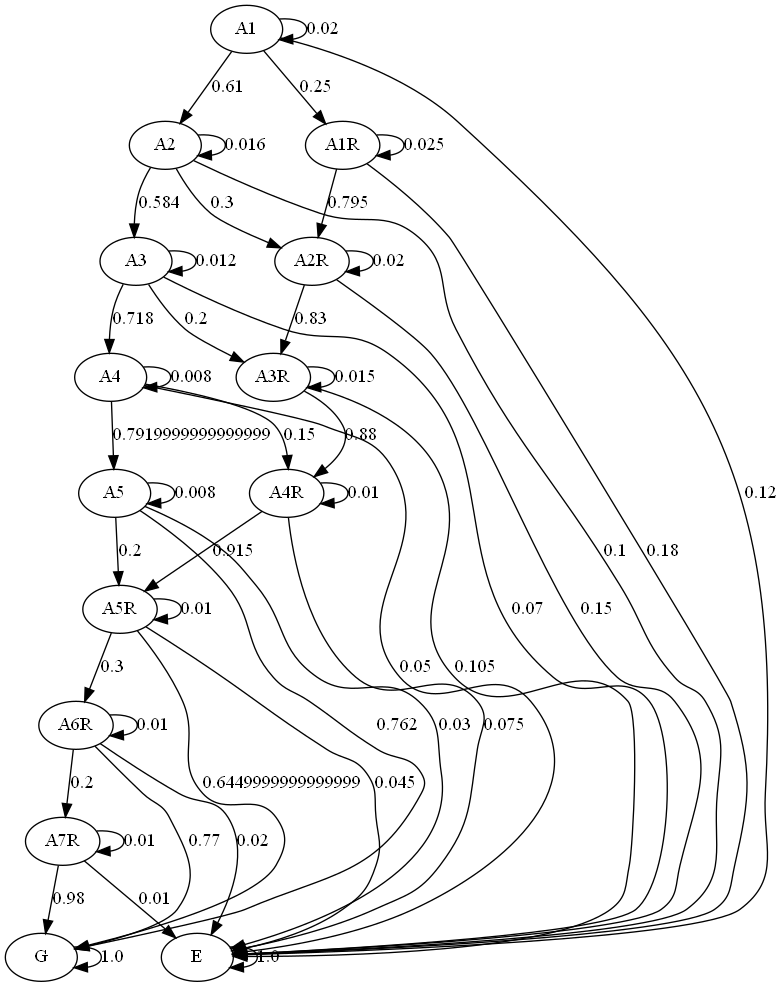
Before: graph/markov.png, a diagram exported from Graphviz (JulianaFerreira/educacao). Its source is kept beside it as graph/markov.dot.
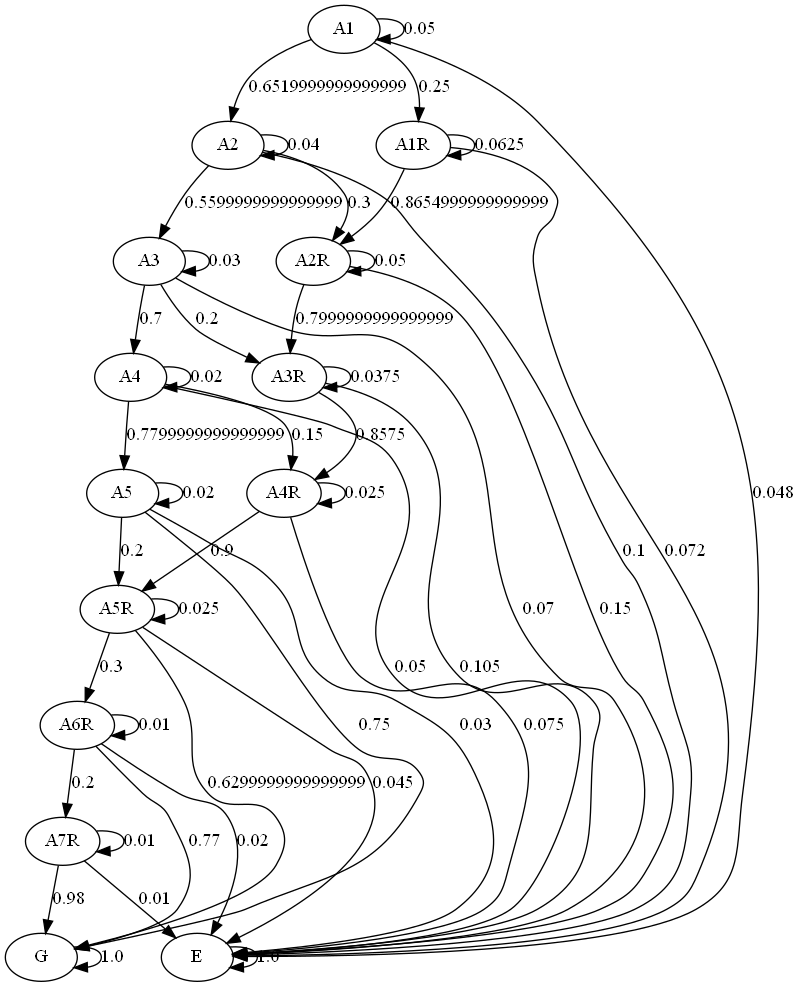
Above is the later version.

The edit, as a diff of the source:
```diff
@@ -13,41 +13,41 @@
 A7R;
 G;
 E;
-A1 -> A1  [key=0, label="0.02", weight="0.02"];
-A1 -> A2  [key=0, label="0.61", weight="0.61"];
+A1 -> A1  [key=0, label="0.05", weight="0.05"];
+A1 -> A2  [key=0, label="0.6519999999999999", weight="0.6519999999999999"];
 A1 -> A1R  [key=0, label="0.25", weight="0.25"];
-A1 -> E  [key=0, label="0.12", weight="0.12"];
-A2 -> A2  [key=0, label="0.016", weight="0.016"];
-A2 -> A3  [key=0, label="0.584", weight="0.584"];
+A1 -> E  [key=0, label="0.048", weight="0.048"];
+A2 -> A2  [key=0, label="0.04", weight="0.04"];
+A2 -> A3  [key=0, label="0.5599999999999999", weight="0.5599999999999999"];
 A2 -> A2R  [key=0, label="0.3", weight="0.3"];
 A2 -> E  [key=0, label="0.1", weight="0.1"];
-A3 -> A3  [key=0, label="0.012", weight="0.012"];
-A3 -> A4  [key=0, label="0.718", weight="0.718"];
+A3 -> A3  [key=0, label="0.03", weight="0.03"];
+A3 -> A4  [key=0, label="0.7", weight="0.7"];
 A3 -> A3R  [key=0, label="0.2", weight="0.2"];
 A3 -> E  [key=0, label="0.07", weight="0.07"];
-A4 -> A4  [key=0, label="0.008", weight="0.008"];
-A4 -> A5  [key=0, label="0.7919999999999999", weight="0.7919999999999999"];
+A4 -> A4  [key=0, label="0.02", weight="0.02"];
+A4 -> A5  [key=0, label="0.7799999999999999", weight="0.7799999999999999"];
 A4 -> A4R  [key=0, label="0.15", weight="0.15"];
 A4 -> E  [key=0, label="0.05", weight="0.05"];
-A5 -> A5  [key=0, label="0.008", weight="0.008"];
+A5 -> A5  [key=0, label="0.02", weight="0.02"];
 A5 -> A5R  [key=0, label="0.2", weight="0.2"];
-A5 -> G  [key=0, label="0.762", weight="0.762"];
+A5 -> G  [key=0, label="0.75", weight="0.75"];
 A5 -> E  [key=0, label="0.03", weight="0.03"];
-A1R -> A1R  [key=0, label="0.025", weight="0.025"];
-A1R -> A2R  [key=0, label="0.795", weight="0.795"];
-A1R -> E  [key=0, label="0.18", weight="0.18"];
-A2R -> A2R  [key=0, label="0.02", weight="0.02"];
-A2R -> A3R  [key=0, label="0.83", weight="0.83"];
+A1R -> A1R  [key=0, label="0.0625", weight="0.0625"];
+A1R -> A2R  [key=0, label="0.8654999999999999", weight="0.8654999999999999"];
+A1R -> E  [key=0, label="0.072", weight="0.072"];
+A2R -> A2R  [key=0, label="0.05", weight="0.05"];
+A2R -> A3R  [key=0, label="0.7999999999999999", weight="0.7999999999999999"];
 A2R -> E  [key=0, label="0.15", weight="0.15"];
-A3R -> A3R  [key=0, label="0.015", weight="0.015"];
-A3R -> A4R  [key=0, label="0.88", weight="0.88"];
+A3R -> A3R  [key=0, label="0.0375", weight="0.0375"];
+A3R -> A4R  [key=0, label="0.8575", weight="0.8575"];
 A3R -> E  [key=0, label="0.105", weight="0.105"];
-A4R -> A4R  [key=0, label="0.01", weight="0.01"];
-A4R -> A5R  [key=0, label="0.915", weight="0.915"];
+A4R -> A4R  [key=0, label="0.025", weight="0.025"];
+A4R -> A5R  [key=0, label="0.9", weight="0.9"];
 A4R -> E  [key=0, label="0.075", weight="0.075"];
-A5R -> A5R  [key=0, label="0.01", weight="0.01"];
+A5R -> A5R  [key=0, label="0.025", weight="0.025"];
 A5R -> A6R  [key=0, label="0.3", weight="0.3"];
-A5R -> G  [key=0, label="0.6449999999999999", weight="0.6449999999999999"];
+A5R -> G  [key=0, label="0.6299999999999999", weight="0.6299999999999999"];
 A5R -> E  [key=0, label="0.045", weight="0.045"];
 A6R -> A6R  [key=0, label="0.01", weight="0.01"];
 A6R -> A7R  [key=0, label="0.2", weight="0.2"];
```
